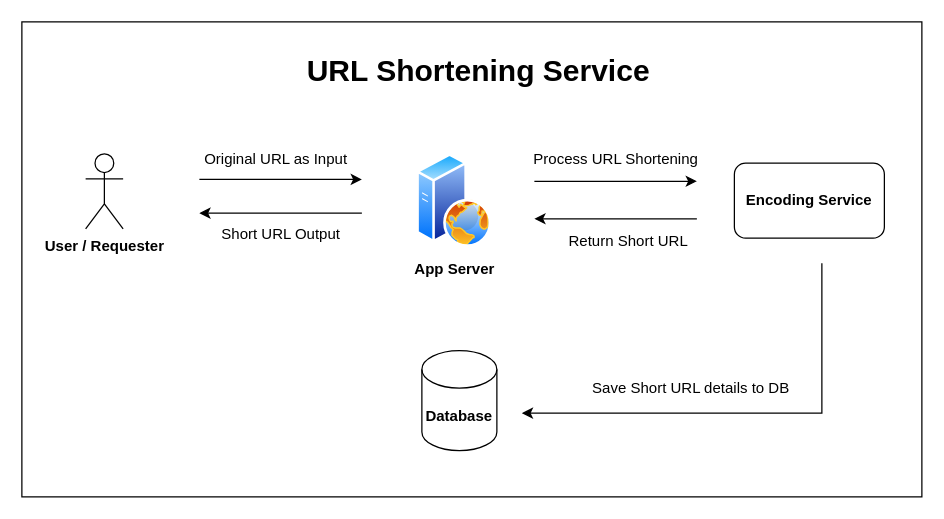
This is URL-Shortening-Service.drawio from skattimath/mydemo, a draw.io file, before an edit. Source tidied: cells renumbered, new cells numbered last; positions are measured from the earlier drawing's top-left corner, leaving out a move shared by most shapes. Both pictures are drawn from the tidied source at 125%, with x=0, y=0 at pixel (21, 21).
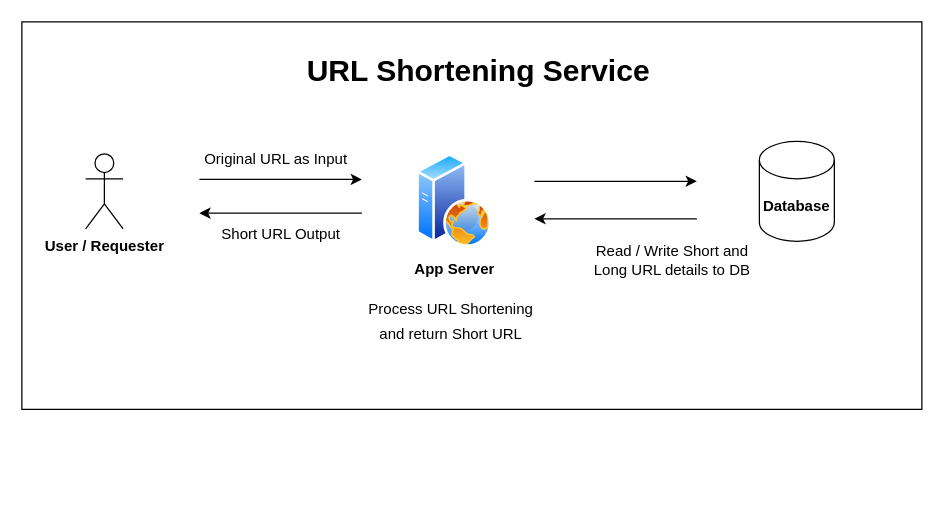
The same page after the edit.

Change to the diagram source:
```diff
@@
     <mxCell id="2" style="rounded=0;whiteSpace=wrap;html=1;fontSize=24;" parent="1" vertex="1">
-      <mxGeometry width="720" height="380" as="geometry" />
+      <mxGeometry width="720" height="310" as="geometry" />
     </mxCell>
@@
-    <mxCell id="5" value="&lt;b&gt;&lt;font style=&quot;font-size: 12px&quot;&gt;Encoding Service&lt;/font&gt;&lt;/b&gt;" style="rounded=1;whiteSpace=wrap;html=1;" parent="1" vertex="1">
-      <mxGeometry x="570" y="113" width="120" height="60" as="geometry" />
-    </mxCell>
     <mxCell id="6" value="&lt;b&gt;&lt;font style=&quot;font-size: 12px&quot;&gt;Database&lt;/font&gt;&lt;/b&gt;" style="shape=cylinder3;whiteSpace=wrap;html=1;boundedLbl=1;backgroundOutline=1;size=15;" parent="1" vertex="1">
-      <mxGeometry x="320" y="263" width="60" height="80" as="geometry" />
+      <mxGeometry x="590" y="95.5" width="60" height="80" as="geometry" />
     </mxCell>
@@
-    <mxCell id="11" value="Return Short URL" style="text;html=1;align=center;verticalAlign=middle;strokeColor=none;fillColor=none;fontSize=12;" parent="1" vertex="1">
-      <mxGeometry x="430" y="165.5" width="110" height="20" as="geometry" />
+    <mxCell id="11" value="and return Short URL" style="text;html=1;align=center;verticalAlign=middle;strokeColor=none;fillColor=none;fontSize=12;" parent="1" vertex="1">
+      <mxGeometry x="278" y="240" width="130" height="20" as="geometry" />
     </mxCell>
     <mxCell id="12" value="Process URL Shortening" style="text;html=1;align=center;verticalAlign=middle;strokeColor=none;fillColor=none;fontSize=12;" parent="1" vertex="1">
-      <mxGeometry x="400" y="100" width="150" height="20" as="geometry" />
+      <mxGeometry x="268" y="220" width="150" height="20" as="geometry" />
     </mxCell>
@@
-    <mxCell id="15" style="edgeStyle=elbowEdgeStyle;elbow=horizontal;endArrow=classic;html=1;rounded=0;fontSize=12;" parent="1" edge="1">
-      <mxGeometry relative="1" as="geometry">
-        <mxPoint x="640" y="193" as="sourcePoint" />
-        <mxPoint x="400" y="313" as="targetPoint" />
-        <Array as="points">
-          <mxPoint x="640" y="293" />
-        </Array>
-      </mxGeometry>
-    </mxCell>
-    <mxCell id="16" value="Save Short URL details to DB" style="text;html=1;align=center;verticalAlign=middle;strokeColor=none;fillColor=none;fontSize=12;" parent="1" vertex="1">
-      <mxGeometry x="450" y="283" width="170" height="20" as="geometry" />
+    <mxCell id="16" value="Read / Write Short and &lt;br&gt;Long URL details to DB" style="text;html=1;align=center;verticalAlign=middle;strokeColor=none;fillColor=none;fontSize=12;" parent="1" vertex="1">
+      <mxGeometry x="450" y="175.5" width="140" height="30" as="geometry" />
     </mxCell>
```
